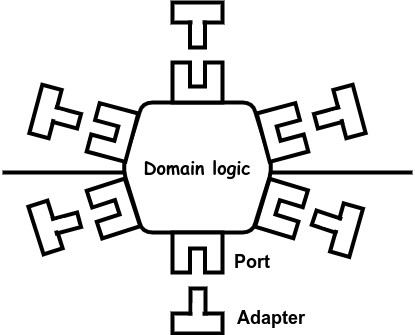
This is images/ports-and-adapters.drawio.png from garfix/architectural-patterns, a draw.io export, as it was before one commit. Source tidied: cells renumbered, new cells last; positions are measured from the earlier drawing's top-left corner, leaving out a move shared by most shapes.
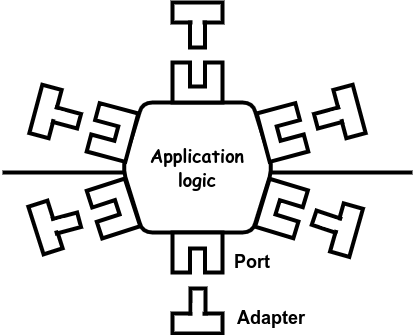
After the change.

Change to the diagram source:
```diff
@@ -8,7 +8,7 @@
         <mxPoint x="410" y="170" as="targetPoint" />
       </mxGeometry>
     </mxCell>
-    <mxCell id="3" value="&lt;font style=&quot;font-size: 18px;&quot; face=&quot;Comic Sans MS&quot;&gt;&lt;b&gt;Domain logic&lt;/b&gt;&lt;/font&gt;" style="shape=hexagon;perimeter=hexagonPerimeter2;whiteSpace=wrap;html=1;fixedSize=1;rounded=1;strokeWidth=4;fontSize=18;" parent="1" vertex="1">
+    <mxCell id="3" value="&lt;font style=&quot;font-size: 18px;&quot; face=&quot;Comic Sans MS&quot;&gt;&lt;b&gt;Application&lt;br&gt;logic&lt;br&gt;&lt;/b&gt;&lt;/font&gt;" style="shape=hexagon;perimeter=hexagonPerimeter2;whiteSpace=wrap;html=1;fixedSize=1;rounded=1;strokeWidth=4;fontSize=18;" parent="1" vertex="1">
       <mxGeometry x="120" y="100" width="150" height="130" as="geometry" />
     </mxCell>
     <mxCell id="4" style="verticalLabelPosition=bottom;html=1;verticalAlign=top;strokeWidth=4;shape=mxgraph.lean_mapping.work_cell;rotation=0;fontSize=18;fontStyle=1;" parent="1" vertex="1">
```
